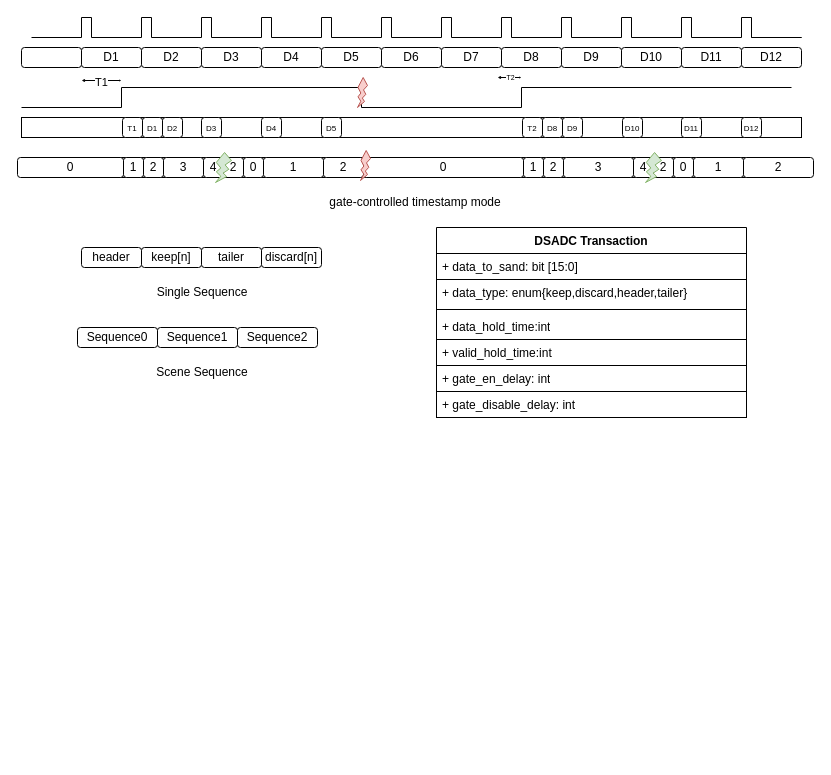
This is page "第 2 页" (2 of 2) of drawio/dsadc.drawio from iceyxy/flow-chart-drawio, a draw.io file, before an edit. Source tidied: cells renumbered, new cells numbered last; positions are measured from the earlier drawing's top-left corner, leaving out a move shared by most shapes. Both pictures are drawn from the tidied source at 100%, with x=0, y=0 at pixel (17, 17).
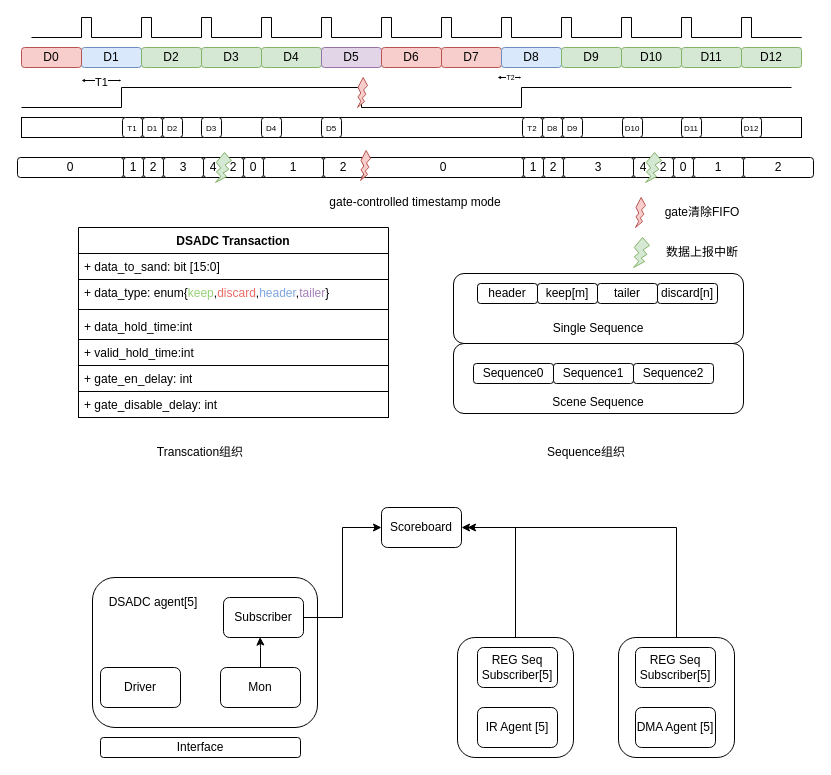
The same diagram, later.

What changed in the source:
```diff
@@
+    <mxCell id="80" style="rounded=1;whiteSpace=wrap;html=1;" parent="1" vertex="1">
+      <mxGeometry x="75" y="560" width="225" height="150" as="geometry" />
+    </mxCell>
+    <mxCell id="81" style="edgeStyle=orthogonalEdgeStyle;rounded=0;jettySize=auto;html=1;" parent="1" edge="1" source="82">
+      <mxGeometry relative="1" as="geometry">
+        <mxPoint x="450" y="510" as="targetPoint" />
+        <Array as="points">
+          <mxPoint x="659" y="510" />
+        </Array>
+      </mxGeometry>
+    </mxCell>
+    <mxCell id="82" style="rounded=1;whiteSpace=wrap;html=1;" parent="1" vertex="1">
+      <mxGeometry x="601" y="620" width="116" height="120" as="geometry" />
+    </mxCell>
+    <mxCell id="83" style="edgeStyle=orthogonalEdgeStyle;rounded=0;jettySize=auto;html=1;entryX=1;entryY=0.5;entryDx=0;entryDy=0;" parent="1" edge="1" source="84" target="99">
+      <mxGeometry relative="1" as="geometry" />
+    </mxCell>
+    <mxCell id="84" style="rounded=1;whiteSpace=wrap;html=1;" parent="1" vertex="1">
+      <mxGeometry x="440" y="620" width="116" height="120" as="geometry" />
+    </mxCell>
+    <mxCell id="85" style="rounded=1;whiteSpace=wrap;html=1;" parent="1" vertex="1">
+      <mxGeometry x="436" y="326" width="290" height="70" as="geometry" />
+    </mxCell>
+    <mxCell id="86" style="rounded=1;whiteSpace=wrap;html=1;" parent="1" vertex="1">
+      <mxGeometry x="436" y="256" width="290" height="70" as="geometry" />
+    </mxCell>
@@
-    <mxCell id="3" value="D1" style="rounded=1;whiteSpace=wrap;html=1;" parent="1" vertex="1">
+    <mxCell id="3" value="D1" style="rounded=1;whiteSpace=wrap;html=1;fillColor=#dae8fc;strokeColor=#6c8ebf;" parent="1" vertex="1">
       <mxGeometry x="64" y="30" width="60" height="20" as="geometry" />
     </mxCell>
-    <mxCell id="4" value="D2" style="rounded=1;whiteSpace=wrap;html=1;" parent="1" vertex="1">
+    <mxCell id="4" value="D2" style="rounded=1;whiteSpace=wrap;html=1;fillColor=#d5e8d4;strokeColor=#82b366;" parent="1" vertex="1">
       <mxGeometry x="124" y="30" width="60" height="20" as="geometry" />
     </mxCell>
-    <mxCell id="5" value="D3" style="rounded=1;whiteSpace=wrap;html=1;" parent="1" vertex="1">
+    <mxCell id="5" value="D3" style="rounded=1;whiteSpace=wrap;html=1;fillColor=#d5e8d4;strokeColor=#82b366;" parent="1" vertex="1">
       <mxGeometry x="184" y="30" width="60" height="20" as="geometry" />
     </mxCell>
@@
-    <mxCell id="7" value="D4" style="rounded=1;whiteSpace=wrap;html=1;" parent="1" vertex="1">
+    <mxCell id="7" value="D4" style="rounded=1;whiteSpace=wrap;html=1;fillColor=#d5e8d4;strokeColor=#82b366;" parent="1" vertex="1">
       <mxGeometry x="244" y="30" width="60" height="20" as="geometry" />
     </mxCell>
@@
-    <mxCell id="9" value="D5" style="rounded=1;whiteSpace=wrap;html=1;" parent="1" vertex="1">
+    <mxCell id="9" value="D5" style="rounded=1;whiteSpace=wrap;html=1;fillColor=#e1d5e7;strokeColor=#9673a6;" parent="1" vertex="1">
       <mxGeometry x="304" y="30" width="60" height="20" as="geometry" />
     </mxCell>
-    <mxCell id="10" value="D6" style="rounded=1;whiteSpace=wrap;html=1;" parent="1" vertex="1">
+    <mxCell id="10" value="D6" style="rounded=1;whiteSpace=wrap;html=1;fillColor=#f8cecc;strokeColor=#b85450;" parent="1" vertex="1">
       <mxGeometry x="364" y="30" width="60" height="20" as="geometry" />
     </mxCell>
-    <mxCell id="11" value="D7" style="rounded=1;whiteSpace=wrap;html=1;" parent="1" vertex="1">
+    <mxCell id="11" value="D7" style="rounded=1;whiteSpace=wrap;html=1;fillColor=#f8cecc;strokeColor=#b85450;" parent="1" vertex="1">
       <mxGeometry x="424" y="30" width="60" height="20" as="geometry" />
     </mxCell>
@@
-    <mxCell id="13" value="D8" style="rounded=1;whiteSpace=wrap;html=1;" parent="1" vertex="1">
+    <mxCell id="13" value="D8" style="rounded=1;whiteSpace=wrap;html=1;fillColor=#dae8fc;strokeColor=#6c8ebf;" parent="1" vertex="1">
       <mxGeometry x="484" y="30" width="60" height="20" as="geometry" />
     </mxCell>
@@
-    <mxCell id="15" value="D9" style="rounded=1;whiteSpace=wrap;html=1;" parent="1" vertex="1">
+    <mxCell id="15" value="D9" style="rounded=1;whiteSpace=wrap;html=1;fillColor=#d5e8d4;strokeColor=#82b366;" parent="1" vertex="1">
       <mxGeometry x="544" y="30" width="60" height="20" as="geometry" />
     </mxCell>
-    <mxCell id="16" value="D10" style="rounded=1;whiteSpace=wrap;html=1;" parent="1" vertex="1">
+    <mxCell id="16" value="D10" style="rounded=1;whiteSpace=wrap;html=1;fillColor=#d5e8d4;strokeColor=#82b366;" parent="1" vertex="1">
       <mxGeometry x="604" y="30" width="60" height="20" as="geometry" />
     </mxCell>
-    <mxCell id="17" value="D11" style="rounded=1;whiteSpace=wrap;html=1;" parent="1" vertex="1">
+    <mxCell id="17" value="D11" style="rounded=1;whiteSpace=wrap;html=1;fillColor=#d5e8d4;strokeColor=#82b366;" parent="1" vertex="1">
       <mxGeometry x="664" y="30" width="60" height="20" as="geometry" />
     </mxCell>
@@
-    <mxCell id="19" value="D12" style="rounded=1;whiteSpace=wrap;html=1;" parent="1" vertex="1">
+    <mxCell id="19" value="D12" style="rounded=1;whiteSpace=wrap;html=1;fillColor=#d5e8d4;strokeColor=#82b366;" parent="1" vertex="1">
       <mxGeometry x="724" y="30" width="60" height="20" as="geometry" />
     </mxCell>
-    <mxCell id="20" style="rounded=1;whiteSpace=wrap;html=1;" parent="1" vertex="1">
+    <mxCell id="20" value="D0" style="rounded=1;whiteSpace=wrap;html=1;fillColor=#f8cecc;strokeColor=#b85450;" parent="1" vertex="1">
       <mxGeometry x="4" y="30" width="60" height="20" as="geometry" />
     </mxCell>
@@
     <mxCell id="62" value="DSADC Transaction" style="swimlane;fontStyle=1;align=center;verticalAlign=top;horizontal=1;startSize=26;whiteSpace=wrap;html=1;" parent="1" vertex="1">
-      <mxGeometry x="419" y="210" width="310" height="190" as="geometry" />
+      <mxGeometry x="61" y="210" width="310" height="190" as="geometry" />
     </mxCell>
@@
-    <mxCell id="64" value="+ data_type: enum{keep,discard,header,tailer}" style="text;strokeColor=none;fillColor=none;align=left;verticalAlign=top;spacingLeft=4;spacingRight=4;overflow=hidden;whiteSpace=wrap;html=1;" parent="62" vertex="1">
+    <mxCell id="64" value="+ data_type: enum{&lt;span style=&quot;color: rgb(151, 208, 119);&quot;&gt;keep&lt;/span&gt;,&lt;span style=&quot;color: rgb(234, 107, 102);&quot;&gt;discard&lt;/span&gt;,&lt;span style=&quot;color: rgb(126, 166, 224);&quot;&gt;header&lt;/span&gt;,&lt;span style=&quot;color: rgb(166, 128, 184);&quot;&gt;tailer&lt;/span&gt;}" style="text;strokeColor=none;fillColor=none;align=left;verticalAlign=top;spacingLeft=4;spacingRight=4;overflow=hidden;whiteSpace=wrap;html=1;" parent="62" vertex="1">
       <mxGeometry y="52" width="310" height="26" as="geometry" />
     </mxCell>
@@
     <mxCell id="70" value="header" style="rounded=1;whiteSpace=wrap;html=1;" parent="1" vertex="1">
-      <mxGeometry x="64" y="230" width="60" height="20" as="geometry" />
+      <mxGeometry x="460" y="266" width="60" height="20" as="geometry" />
     </mxCell>
-    <mxCell id="71" value="keep[n]" style="rounded=1;whiteSpace=wrap;html=1;" parent="1" vertex="1">
-      <mxGeometry x="124" y="230" width="60" height="20" as="geometry" />
+    <mxCell id="71" value="keep[m]" style="rounded=1;whiteSpace=wrap;html=1;" parent="1" vertex="1">
+      <mxGeometry x="520" y="266" width="60" height="20" as="geometry" />
     </mxCell>
     <mxCell id="72" value="tailer" style="rounded=1;whiteSpace=wrap;html=1;" parent="1" vertex="1">
-      <mxGeometry x="184" y="230" width="60" height="20" as="geometry" />
+      <mxGeometry x="580" y="266" width="60" height="20" as="geometry" />
     </mxCell>
     <mxCell id="73" value="discard[n]" style="rounded=1;whiteSpace=wrap;html=1;" parent="1" vertex="1">
-      <mxGeometry x="244" y="230" width="60" height="20" as="geometry" />
+      <mxGeometry x="640" y="266" width="60" height="20" as="geometry" />
     </mxCell>
     <mxCell id="74" value="Single Sequence" style="text;strokeColor=none;align=center;fillColor=none;html=1;verticalAlign=middle;whiteSpace=wrap;rounded=0;" parent="1" vertex="1">
-      <mxGeometry x="90" y="260" width="190" height="30" as="geometry" />
+      <mxGeometry x="486" y="296" width="190" height="30" as="geometry" />
     </mxCell>
     <mxCell id="75" value="Sequence0" style="rounded=1;whiteSpace=wrap;html=1;" parent="1" vertex="1">
-      <mxGeometry x="60" y="310" width="80" height="20" as="geometry" />
+      <mxGeometry x="456" y="346" width="80" height="20" as="geometry" />
     </mxCell>
     <mxCell id="76" value="Sequence1" style="rounded=1;whiteSpace=wrap;html=1;" parent="1" vertex="1">
-      <mxGeometry x="140" y="310" width="80" height="20" as="geometry" />
+      <mxGeometry x="536" y="346" width="80" height="20" as="geometry" />
     </mxCell>
     <mxCell id="77" value="Sequence2" style="rounded=1;whiteSpace=wrap;html=1;" parent="1" vertex="1">
-      <mxGeometry x="220" y="310" width="80" height="20" as="geometry" />
+      <mxGeometry x="616" y="346" width="80" height="20" as="geometry" />
     </mxCell>
     <mxCell id="78" value="Scene Sequence" style="text;strokeColor=none;align=center;fillColor=none;html=1;verticalAlign=middle;whiteSpace=wrap;rounded=0;" parent="1" vertex="1">
-      <mxGeometry x="90" y="340" width="190" height="30" as="geometry" />
+      <mxGeometry x="486" y="370" width="190" height="30" as="geometry" />
     </mxCell>
@@
+    <mxCell id="87" style="verticalLabelPosition=bottom;verticalAlign=top;html=1;shape=mxgraph.basic.flash;fillColor=#f8cecc;strokeColor=#b85450;" parent="1" vertex="1">
+      <mxGeometry x="618" y="180" width="10" height="30" as="geometry" />
+    </mxCell>
+    <mxCell id="88" style="verticalLabelPosition=bottom;verticalAlign=top;html=1;shape=mxgraph.basic.flash;fillColor=#d5e8d4;strokeColor=#82b366;" parent="1" vertex="1">
+      <mxGeometry x="616" y="220" width="16" height="30" as="geometry" />
+    </mxCell>
+    <mxCell id="89" value="数据上报中断" style="text;strokeColor=none;align=center;fillColor=none;html=1;verticalAlign=middle;whiteSpace=wrap;rounded=0;" parent="1" vertex="1">
+      <mxGeometry x="640" y="220" width="90" height="30" as="geometry" />
+    </mxCell>
+    <mxCell id="90" value="gate清除FIFO" style="text;strokeColor=none;align=center;fillColor=none;html=1;verticalAlign=middle;whiteSpace=wrap;rounded=0;" parent="1" vertex="1">
+      <mxGeometry x="640" y="180" width="90" height="30" as="geometry" />
+    </mxCell>
+    <mxCell id="91" value="Transcation组织" style="text;strokeColor=none;align=center;fillColor=none;html=1;verticalAlign=middle;whiteSpace=wrap;rounded=0;" parent="1" vertex="1">
+      <mxGeometry x="136" y="420" width="94" height="30" as="geometry" />
+    </mxCell>
+    <mxCell id="92" value="Sequence组织" style="text;strokeColor=none;align=center;fillColor=none;html=1;verticalAlign=middle;whiteSpace=wrap;rounded=0;" parent="1" vertex="1">
+      <mxGeometry x="522" y="420" width="94" height="30" as="geometry" />
+    </mxCell>
+    <mxCell id="93" value="Driver" style="rounded=1;whiteSpace=wrap;html=1;" parent="1" vertex="1">
+      <mxGeometry x="83" y="650" width="80" height="40" as="geometry" />
+    </mxCell>
+    <mxCell id="94" style="edgeStyle=orthogonalEdgeStyle;rounded=0;jettySize=auto;html=1;entryX=0.457;entryY=0.99;entryDx=0;entryDy=0;entryPerimeter=0;" parent="1" edge="1" source="95" target="98">
+      <mxGeometry relative="1" as="geometry" />
+    </mxCell>
+    <mxCell id="95" value="Mon" style="rounded=1;whiteSpace=wrap;html=1;" parent="1" vertex="1">
+      <mxGeometry x="203" y="650" width="80" height="40" as="geometry" />
+    </mxCell>
+    <mxCell id="96" value="Interface" style="rounded=1;whiteSpace=wrap;html=1;" parent="1" vertex="1">
+      <mxGeometry x="83" y="720" width="200" height="20" as="geometry" />
+    </mxCell>
+    <mxCell id="97" style="edgeStyle=orthogonalEdgeStyle;rounded=0;jettySize=auto;html=1;entryX=0;entryY=0.5;entryDx=0;entryDy=0;" parent="1" edge="1" source="98" target="99">
+      <mxGeometry relative="1" as="geometry" />
+    </mxCell>
+    <mxCell id="98" value="Subscriber" style="rounded=1;whiteSpace=wrap;html=1;" parent="1" vertex="1">
+      <mxGeometry x="206" y="580" width="80" height="40" as="geometry" />
+    </mxCell>
+    <mxCell id="99" value="Scoreboard" style="rounded=1;whiteSpace=wrap;html=1;" parent="1" vertex="1">
+      <mxGeometry x="364" y="490" width="80" height="40" as="geometry" />
+    </mxCell>
+    <mxCell id="100" value="IR Agent [5]" style="rounded=1;whiteSpace=wrap;html=1;" parent="1" vertex="1">
+      <mxGeometry x="460" y="690" width="80" height="40" as="geometry" />
+    </mxCell>
+    <mxCell id="101" value="REG Seq Subscriber[5]" style="rounded=1;whiteSpace=wrap;html=1;shadow=0;" parent="1" vertex="1">
+      <mxGeometry x="460" y="630" width="80" height="40" as="geometry" />
+    </mxCell>
+    <mxCell id="102" value="DMA Agent [5]" style="rounded=1;whiteSpace=wrap;html=1;" parent="1" vertex="1">
+      <mxGeometry x="618" y="690" width="80" height="40" as="geometry" />
+    </mxCell>
+    <mxCell id="103" value="REG Seq Subscriber[5]" style="rounded=1;whiteSpace=wrap;html=1;" parent="1" vertex="1">
+      <mxGeometry x="618" y="630" width="80" height="40" as="geometry" />
+    </mxCell>
+    <mxCell id="104" value="DSADC agent[5]" style="text;strokeColor=none;align=center;fillColor=none;html=1;verticalAlign=middle;whiteSpace=wrap;rounded=0;" parent="1" vertex="1">
+      <mxGeometry x="81" y="570" width="110" height="30" as="geometry" />
+    </mxCell>
```
